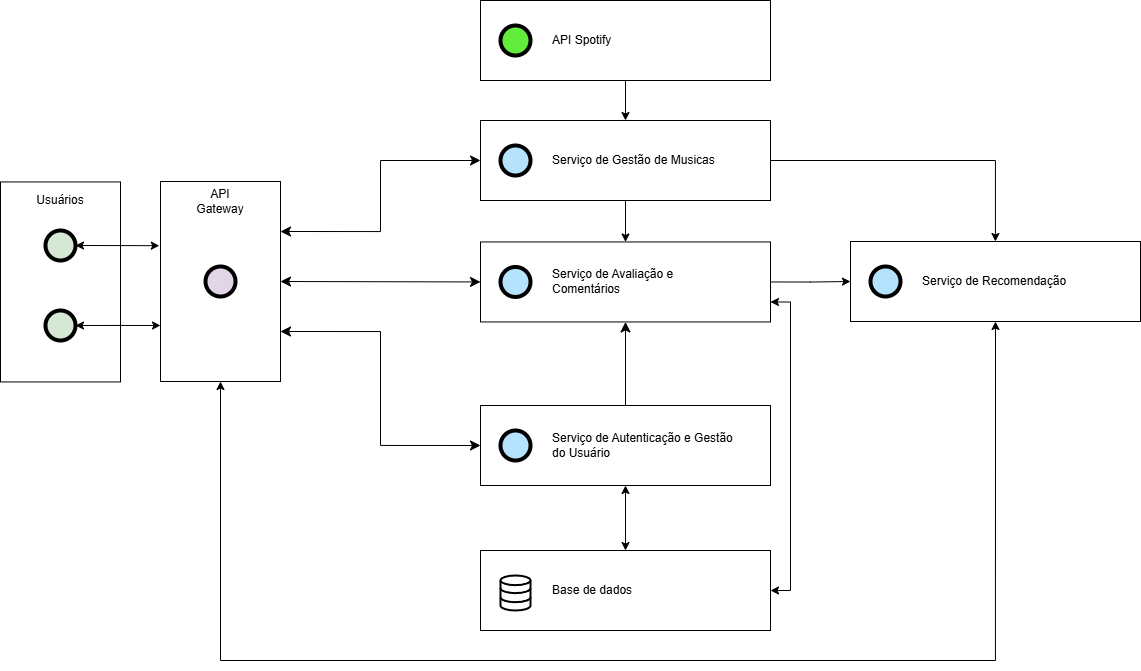
ICEI-PUC-Minas-PCO-SI/pco-si-2025-1-dad-g3-melodify keeps this draw.io diagram as docs/img/Melodify-Fluxo.png. Above is the earlier version. Source tidied: cells renumbered, new cells last; positions are measured from the earlier drawing's top-left corner, leaving out a move shared by most shapes.
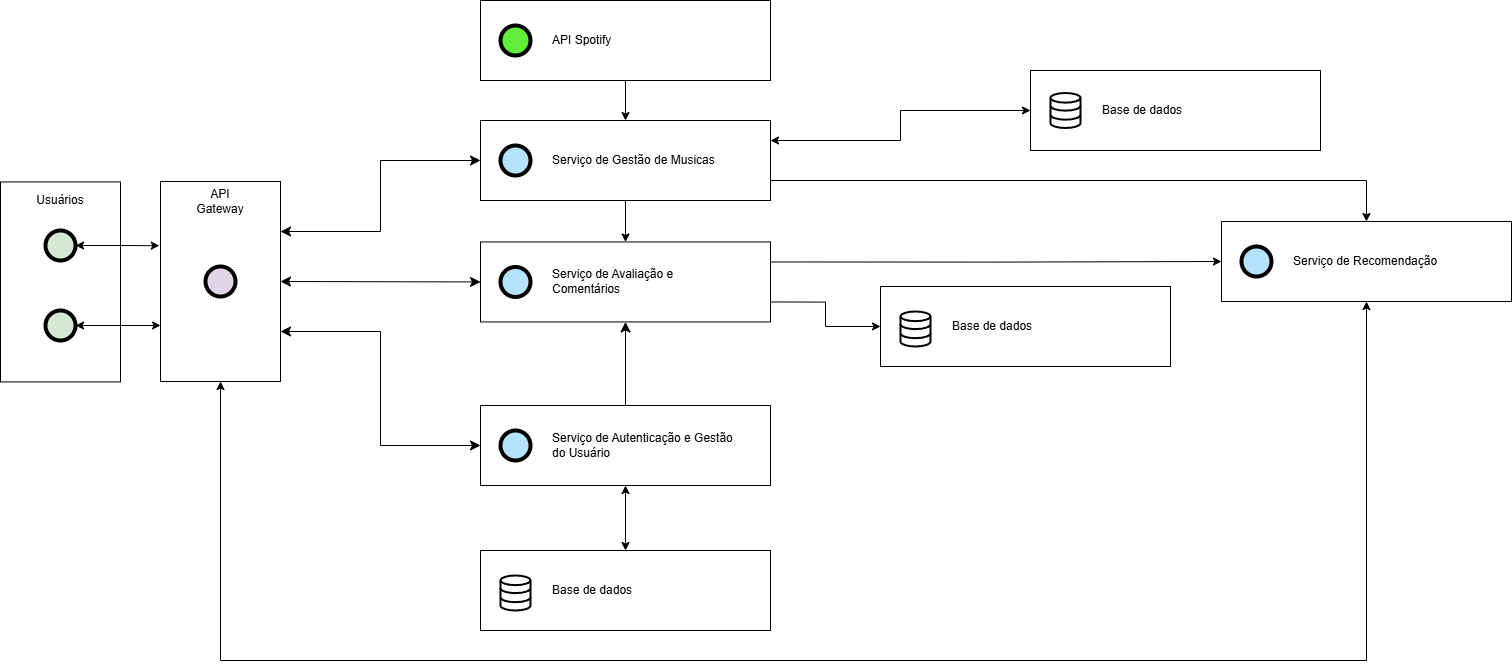
Later version of the same file.

Commit message:
Atualizando imagem do fluxo

Adicionando o banco de dados para cada um dos microserviços, antes estavam unificados em um banco só.

Change to the diagram source:
```diff
@@ -26,12 +26,12 @@
     <mxCell id="9" value="API Gateway" style="text;html=1;align=center;verticalAlign=middle;whiteSpace=wrap;rounded=0;" parent="1" vertex="1">
       <mxGeometry x="190" y="186" width="60" height="30" as="geometry" />
     </mxCell>
-    <mxCell id="10" style="edgeStyle=orthogonalEdgeStyle;rounded=0;jettySize=auto;html=1;exitX=1;exitY=0.5;exitDx=0;exitDy=0;entryX=0;entryY=0.5;entryDx=0;entryDy=0;" parent="1" edge="1" source="12" target="29">
+    <mxCell id="10" style="edgeStyle=orthogonalEdgeStyle;rounded=0;jettySize=auto;html=1;exitX=1;exitY=0.25;exitDx=0;exitDy=0;entryX=0;entryY=0.5;entryDx=0;entryDy=0;" parent="1" edge="1" source="12" target="29">
       <mxGeometry relative="1" as="geometry" />
     </mxCell>
-    <mxCell id="11" style="edgeStyle=orthogonalEdgeStyle;rounded=0;jettySize=auto;html=1;exitX=1;exitY=0.75;exitDx=0;exitDy=0;entryX=1;entryY=0.5;entryDx=0;entryDy=0;startArrow=classic;startFill=1;" parent="1" edge="1" source="12" target="37">
-      <mxGeometry relative="1" as="geometry" />
-    </mxCell>
+    <mxCell id="40" style="edgeStyle=orthogonalEdgeStyle;rounded=0;jettySize=auto;html=1;exitX=1;exitY=0.75;exitDx=0;exitDy=0;entryX=0;entryY=0.5;entryDx=0;entryDy=0;" parent="1" edge="1" source="12" target="45">
+      <mxGeometry relative="1" as="geometry" />
+    </mxCell>
     <mxCell id="12" style="rounded=0;whiteSpace=wrap;html=1;" parent="1" vertex="1">
       <mxGeometry x="480" y="241.5" width="290" height="80" as="geometry" />
     </mxCell>
@@ -58,9 +58,16 @@
     <mxCell id="19" style="edgeStyle=orthogonalEdgeStyle;rounded=0;jettySize=auto;html=1;exitX=0.5;exitY=1;exitDx=0;exitDy=0;entryX=0.5;entryY=0;entryDx=0;entryDy=0;" parent="1" edge="1" source="21" target="12">
       <mxGeometry relative="1" as="geometry" />
     </mxCell>
-    <mxCell id="20" style="edgeStyle=orthogonalEdgeStyle;rounded=0;jettySize=auto;html=1;exitX=1;exitY=0.5;exitDx=0;exitDy=0;" parent="1" edge="1" source="21" target="29">
-      <mxGeometry relative="1" as="geometry" />
+    <mxCell id="20" style="edgeStyle=orthogonalEdgeStyle;rounded=0;jettySize=auto;html=1;exitX=1;exitY=0.75;exitDx=0;exitDy=0;" parent="1" edge="1" source="21" target="29">
+      <mxGeometry relative="1" as="geometry">
+        <Array as="points">
+          <mxPoint x="1366" y="180" />
+        </Array>
+      </mxGeometry>
     </mxCell>
+    <mxCell id="41" style="edgeStyle=orthogonalEdgeStyle;rounded=0;jettySize=auto;html=1;exitX=1;exitY=0.25;exitDx=0;exitDy=0;entryX=0;entryY=0.5;entryDx=0;entryDy=0;startArrow=classic;startFill=1;" parent="1" edge="1" source="21" target="42">
+      <mxGeometry relative="1" as="geometry" />
+    </mxCell>
     <mxCell id="21" style="rounded=0;whiteSpace=wrap;html=1;" parent="1" vertex="1">
       <mxGeometry x="480" y="120" width="290" height="80" as="geometry" />
     </mxCell>
@@ -86,13 +93,13 @@
       <mxGeometry x="550" y="430" width="190" height="30" as="geometry" />
     </mxCell>
     <mxCell id="29" style="rounded=0;whiteSpace=wrap;html=1;" parent="1" vertex="1">
-      <mxGeometry x="850" y="241" width="290" height="80" as="geometry" />
+      <mxGeometry x="1221" y="221" width="290" height="80" as="geometry" />
     </mxCell>
     <mxCell id="30" style="verticalLabelPosition=bottom;verticalAlign=top;html=1;strokeWidth=4;shape=mxgraph.flowchart.on-page_reference;plain-blue;gradientColor=none;strokeColor=#000000;fillColor=#B5E3FE;" parent="1" vertex="1">
-      <mxGeometry x="870" y="266" width="30" height="30" as="geometry" />
+      <mxGeometry x="1241" y="246" width="30" height="30" as="geometry" />
     </mxCell>
     <mxCell id="31" value="&lt;span&gt;&lt;span&gt;Serviço de&amp;nbsp;&lt;/span&gt;Recomendação&lt;/span&gt;" style="text;html=1;align=left;verticalAlign=middle;whiteSpace=wrap;rounded=0;" parent="1" vertex="1">
-      <mxGeometry x="920" y="266" width="190" height="30" as="geometry" />
+      <mxGeometry x="1291" y="246" width="190" height="30" as="geometry" />
     </mxCell>
     <mxCell id="32" style="edgeStyle=orthogonalEdgeStyle;rounded=0;jettySize=auto;html=1;exitX=0.5;exitY=1;exitDx=0;exitDy=0;entryX=0.5;entryY=0;entryDx=0;entryDy=0;" parent="1" edge="1" source="33" target="21">
       <mxGeometry relative="1" as="geometry" />
@@ -109,7 +116,7 @@
     <mxCell id="36" style="edgeStyle=orthogonalEdgeStyle;rounded=0;jettySize=auto;html=1;exitX=0.5;exitY=1;exitDx=0;exitDy=0;entryX=0.5;entryY=1;entryDx=0;entryDy=0;startArrow=classic;startFill=1;" parent="1" edge="1" source="29" target="8">
       <mxGeometry relative="1" as="geometry">
         <Array as="points">
-          <mxPoint x="995" y="660" />
+          <mxPoint x="1366" y="660" />
           <mxPoint x="220" y="660" />
         </Array>
       </mxGeometry>
@@ -123,5 +130,23 @@
     <mxCell id="39" style="html=1;verticalLabelPosition=bottom;align=center;labelBackgroundColor=#ffffff;verticalAlign=top;strokeWidth=2;strokeColor=light-dark(#000000, #32a0ff);shadow=0;dashed=0;shape=mxgraph.ios7.icons.data;" parent="1" vertex="1">
       <mxGeometry x="500" y="575" width="30" height="35" as="geometry" />
     </mxCell>
+    <mxCell id="42" style="rounded=0;whiteSpace=wrap;html=1;" parent="1" vertex="1">
+      <mxGeometry x="1030" y="70" width="290" height="80" as="geometry" />
+    </mxCell>
+    <mxCell id="43" value="Base de dados" style="text;html=1;align=left;verticalAlign=middle;whiteSpace=wrap;rounded=0;" parent="1" vertex="1">
+      <mxGeometry x="1100" y="95" width="190" height="30" as="geometry" />
+    </mxCell>
+    <mxCell id="44" style="html=1;verticalLabelPosition=bottom;align=center;labelBackgroundColor=#ffffff;verticalAlign=top;strokeWidth=2;strokeColor=light-dark(#000000, #32a0ff);shadow=0;dashed=0;shape=mxgraph.ios7.icons.data;" parent="1" vertex="1">
+      <mxGeometry x="1050" y="92.5" width="30" height="35" as="geometry" />
+    </mxCell>
+    <mxCell id="45" style="rounded=0;whiteSpace=wrap;html=1;" parent="1" vertex="1">
+      <mxGeometry x="880" y="286" width="290" height="80" as="geometry" />
+    </mxCell>
+    <mxCell id="46" value="Base de dados" style="text;html=1;align=left;verticalAlign=middle;whiteSpace=wrap;rounded=0;" parent="1" vertex="1">
+      <mxGeometry x="950" y="311" width="190" height="30" as="geometry" />
+    </mxCell>
+    <mxCell id="47" style="html=1;verticalLabelPosition=bottom;align=center;labelBackgroundColor=#ffffff;verticalAlign=top;strokeWidth=2;strokeColor=light-dark(#000000, #32a0ff);shadow=0;dashed=0;shape=mxgraph.ios7.icons.data;" parent="1" vertex="1">
+      <mxGeometry x="900" y="311" width="30" height="35" as="geometry" />
+    </mxCell>
   </root>
 </mxGraphModel>
```
